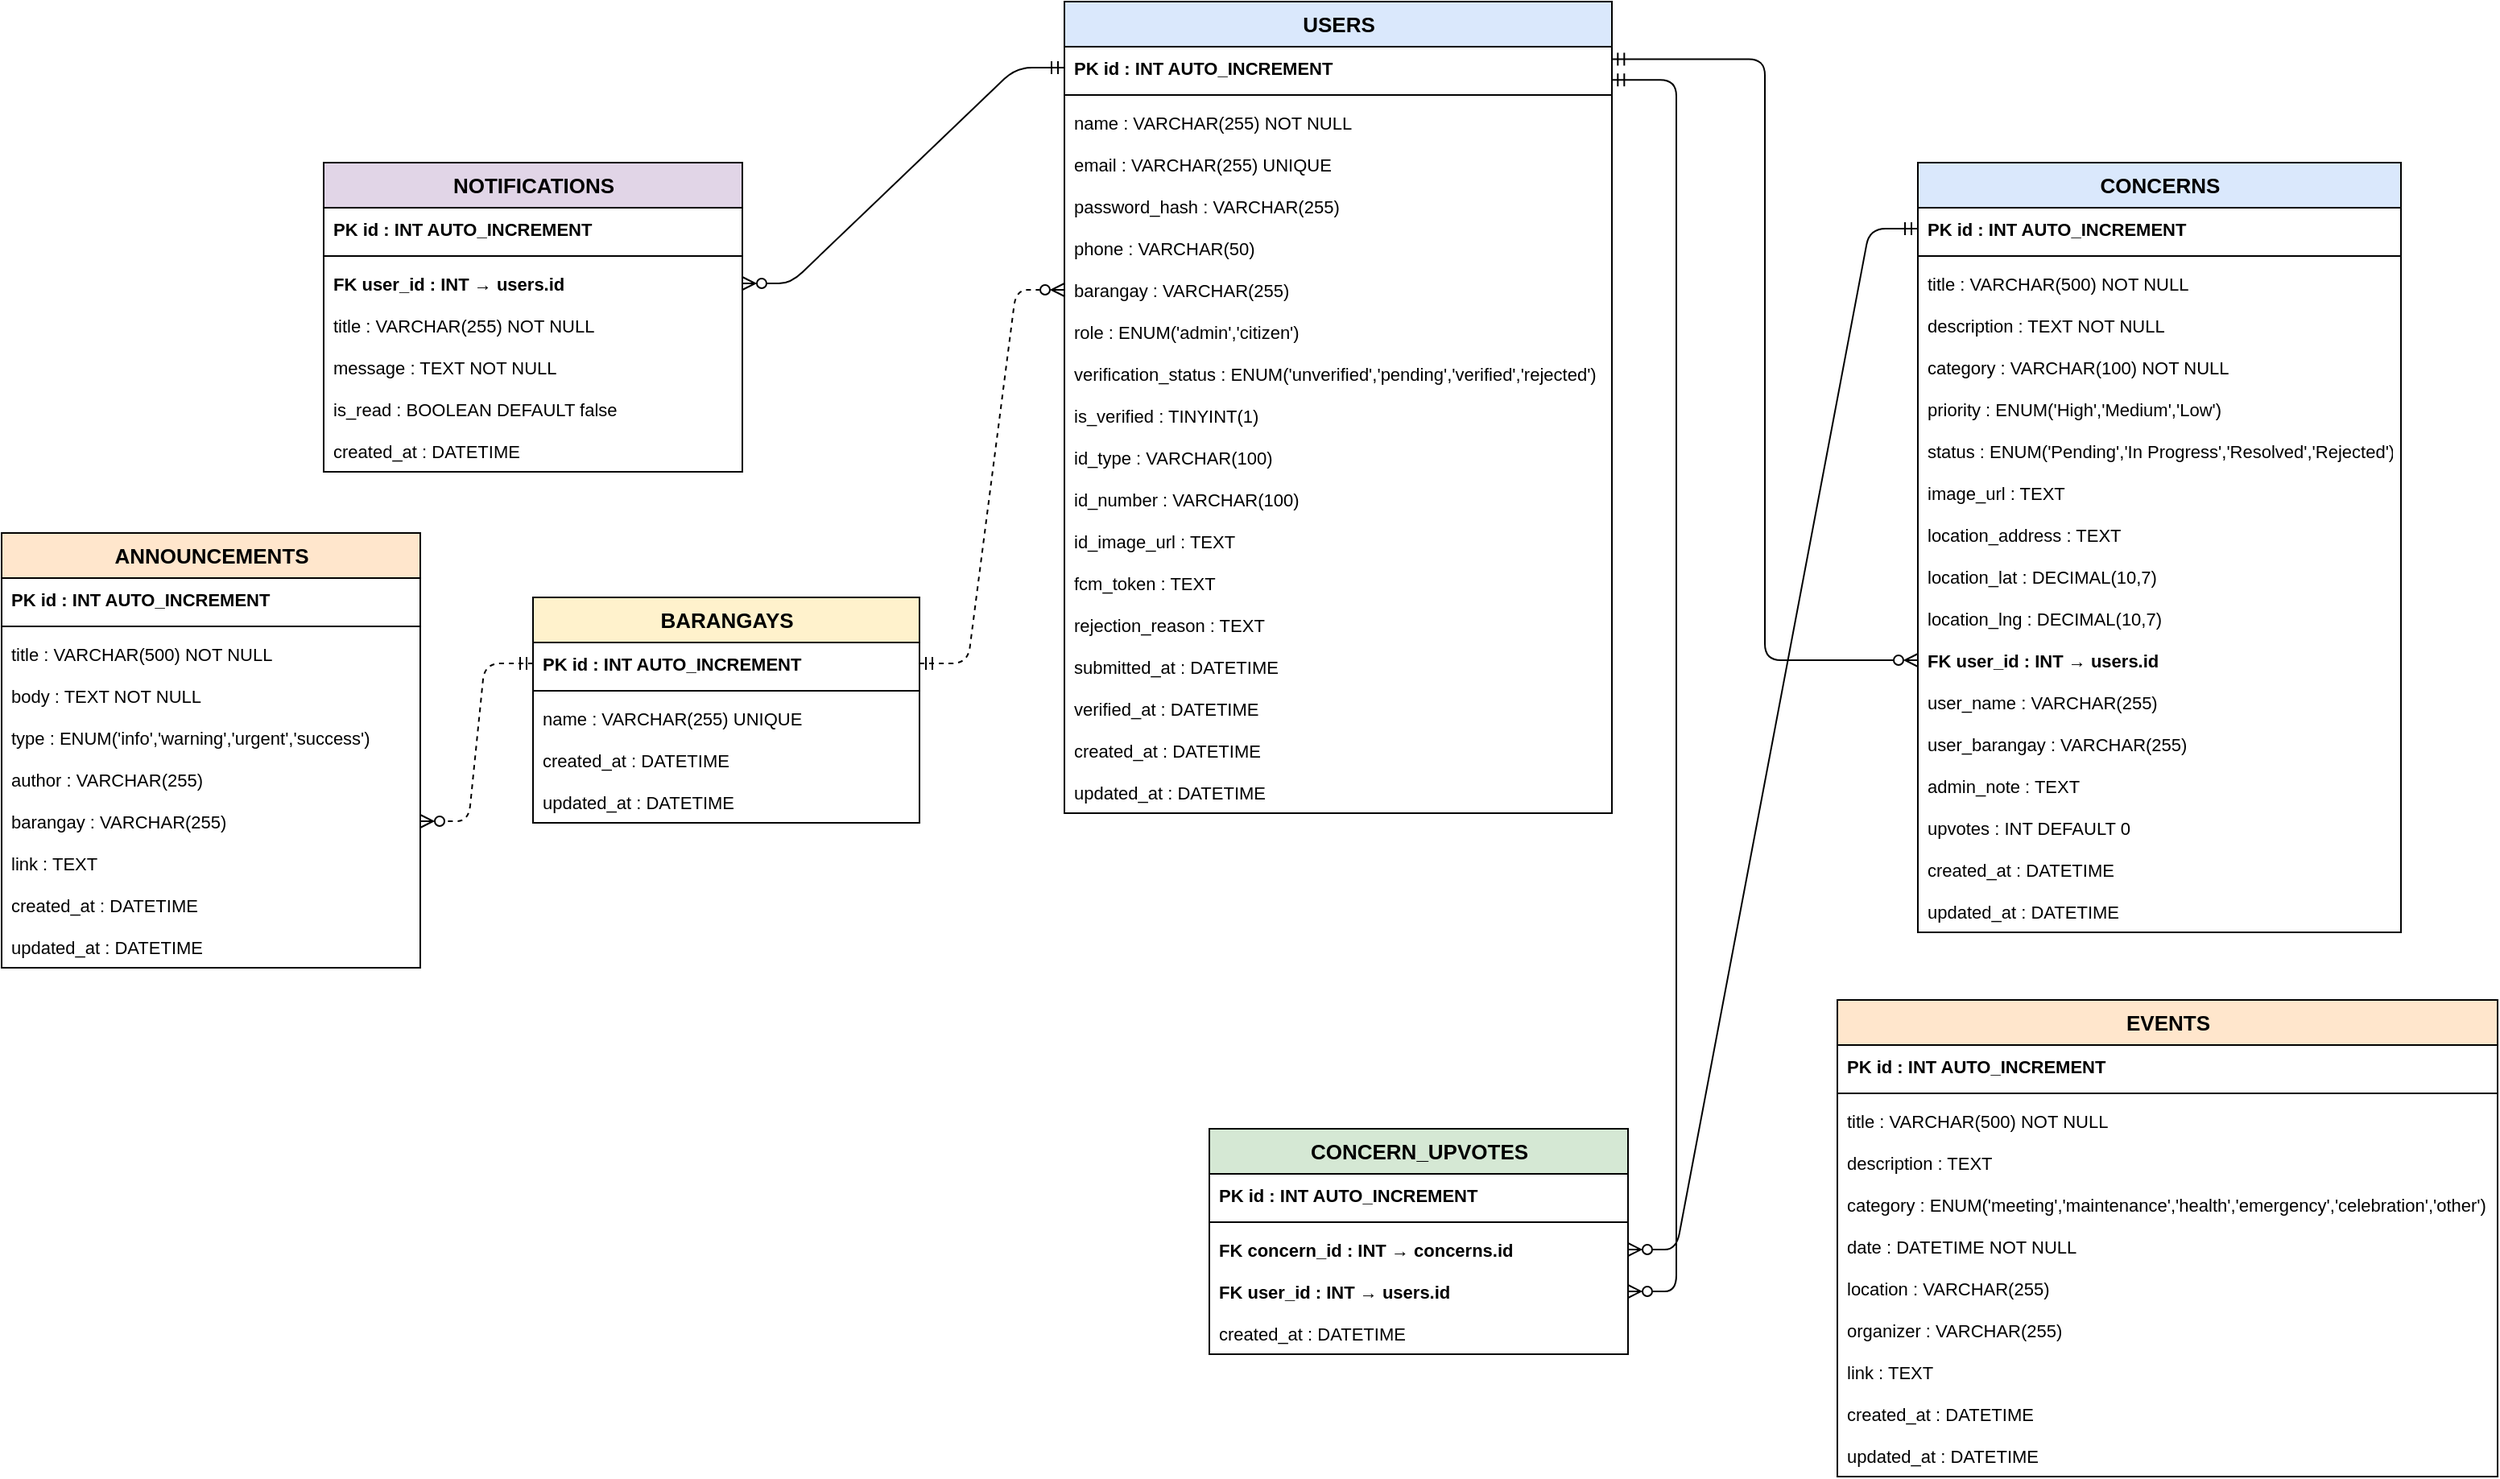
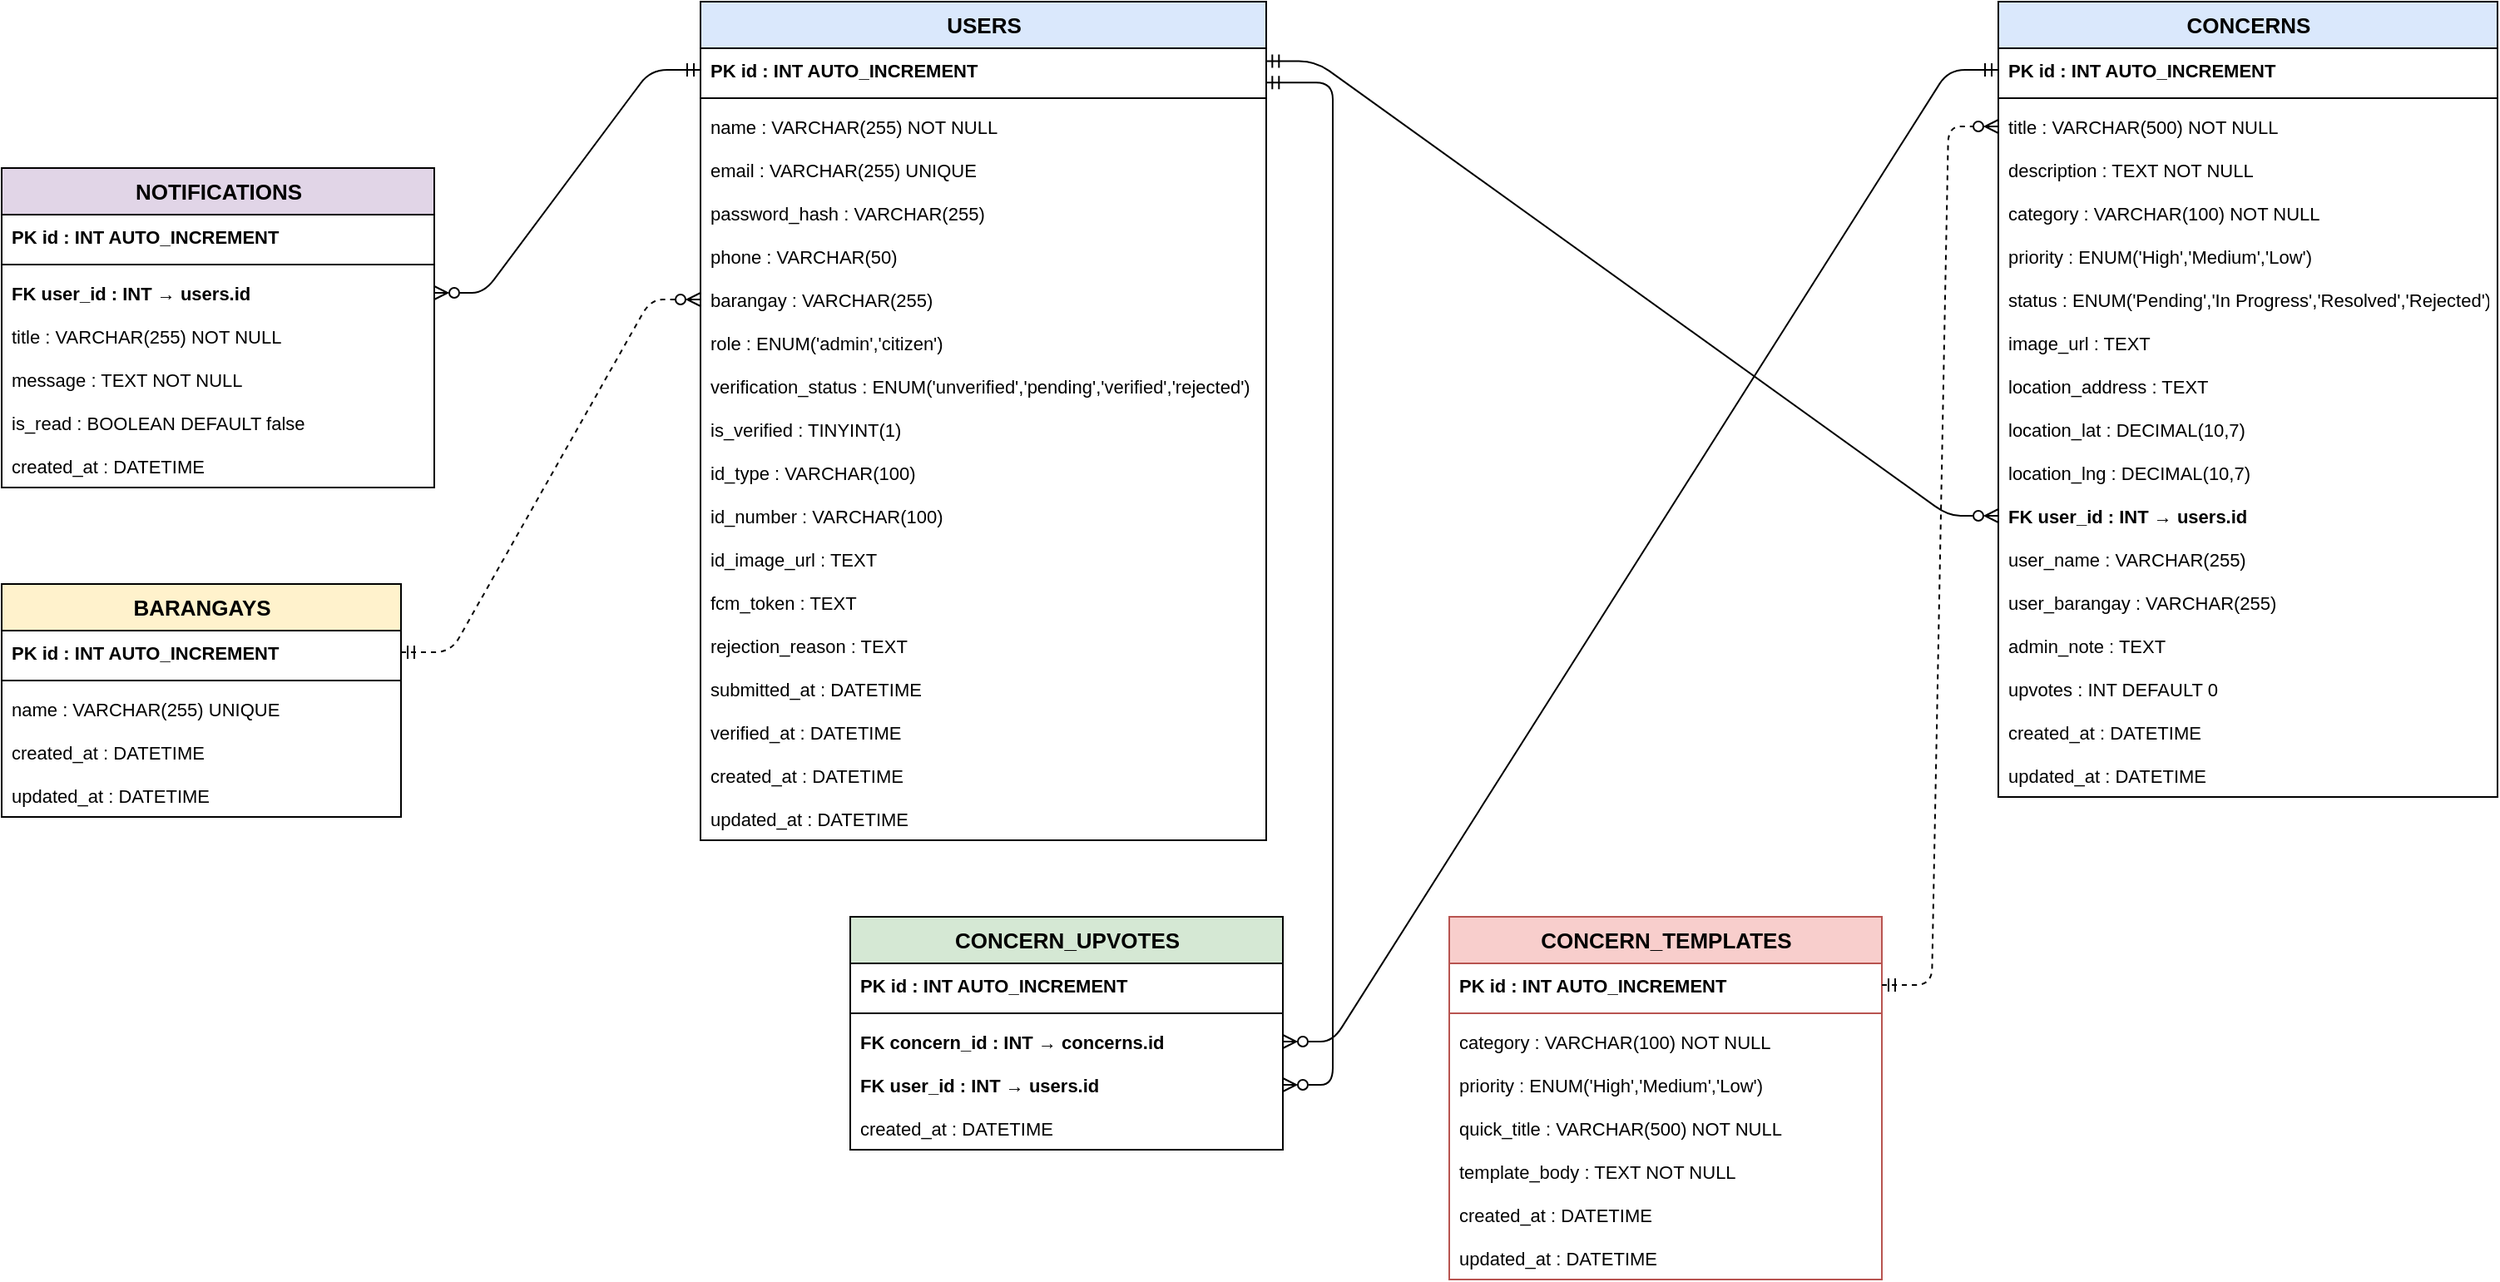
<mxfile host="app.diagrams.net">
  <diagram id="erd" name="CitiVoice ERD">
-     <mxGraphModel dx="2385" dy="1420" grid="1" gridSize="10" guides="1" tooltips="1" connect="1" arrows="1" fold="1" page="0" pageScale="1" pageWidth="850" pageHeight="1100" math="0" shadow="0">
+     <mxGraphModel dx="2385" dy="1412" grid="1" gridSize="10" guides="1" tooltips="1" connect="1" arrows="1" fold="1" page="0" pageScale="1" pageWidth="850" pageHeight="1100" math="0" shadow="0">
      <root>
        <mxCell id="0" />
        <mxCell id="1" parent="0" />
        <mxCell id="users" parent="1" style="swimlane;fontStyle=1;align=center;startSize=28;html=1;fillColor=#dae8fc;strokeColor=#000000;fontSize=13;" value="USERS" vertex="1">
-           <mxGeometry height="504" width="340" x="170" y="-60" as="geometry" />
+           <mxGeometry height="504" width="340" y="-150" as="geometry" />
        </mxCell>
        <mxCell id="users_attr_1" parent="users" style="text;strokeColor=none;fillColor=none;align=left;verticalAlign=middle;spacingLeft=4;spacingRight=4;overflow=hidden;rotatable=0;points=[[0,0.5],[1,0.5]];portConstraint=eastwest;fontStyle=1;fontSize=11;" value="PK id : INT AUTO_INCREMENT" vertex="1">
          <mxGeometry height="26" width="340" y="28" as="geometry" />
        </mxCell>
        <mxCell id="users_sep" parent="users" style="line;strokeWidth=1;fillColor=none;align=left;verticalAlign=middle;spacingTop=-1;spacingLeft=3;spacingRight=10;rotatable=0;labelPosition=left;points=[];portConstraint=eastwest;strokeColor=inherit;" value="" vertex="1">
          <mxGeometry height="8" width="340" y="54" as="geometry" />
        </mxCell>
        <mxCell id="users_attr_name" parent="users" style="text;strokeColor=none;fillColor=none;align=left;verticalAlign=middle;spacingLeft=4;spacingRight=4;overflow=hidden;rotatable=0;points=[[0,0.5],[1,0.5]];portConstraint=eastwest;fontSize=11;" value="     name : VARCHAR(255) NOT NULL" vertex="1">
          <mxGeometry height="26" width="260" y="62" as="geometry" />
        </mxCell>
        <mxCell id="users_attr_email" parent="users" style="text;strokeColor=none;fillColor=none;align=left;verticalAlign=middle;spacingLeft=4;spacingRight=4;overflow=hidden;rotatable=0;points=[[0,0.5],[1,0.5]];portConstraint=eastwest;fontSize=11;" value="     email : VARCHAR(255) UNIQUE" vertex="1">
          <mxGeometry height="26" width="260" y="88" as="geometry" />
        </mxCell>
        <mxCell id="users_attr_password_hash" parent="users" style="text;strokeColor=none;fillColor=none;align=left;verticalAlign=middle;spacingLeft=4;spacingRight=4;overflow=hidden;rotatable=0;points=[[0,0.5],[1,0.5]];portConstraint=eastwest;fontSize=11;" value="     password_hash : VARCHAR(255)" vertex="1">
          <mxGeometry height="26" width="260" y="114" as="geometry" />
        </mxCell>
        <mxCell id="users_attr_phone" parent="users" style="text;strokeColor=none;fillColor=none;align=left;verticalAlign=middle;spacingLeft=4;spacingRight=4;overflow=hidden;rotatable=0;points=[[0,0.5],[1,0.5]];portConstraint=eastwest;fontSize=11;" value="     phone : VARCHAR(50)" vertex="1">
          <mxGeometry height="26" width="260" y="140" as="geometry" />
        </mxCell>
        <mxCell id="users_attr_barangay" parent="users" style="text;strokeColor=none;fillColor=none;align=left;verticalAlign=middle;spacingLeft=4;spacingRight=4;overflow=hidden;rotatable=0;points=[[0,0.5],[1,0.5]];portConstraint=eastwest;fontSize=11;" value="     barangay : VARCHAR(255)" vertex="1">
          <mxGeometry height="26" width="260" y="166" as="geometry" />
        </mxCell>
        <mxCell id="users_attr_role" parent="users" style="text;strokeColor=none;fillColor=none;align=left;verticalAlign=middle;spacingLeft=4;spacingRight=4;overflow=hidden;rotatable=0;points=[[0,0.5],[1,0.5]];portConstraint=eastwest;fontSize=11;" value="     role : ENUM(&#39;admin&#39;,&#39;citizen&#39;)" vertex="1">
          <mxGeometry height="26" width="260" y="192" as="geometry" />
        </mxCell>
        <mxCell id="users_attr_verification_status" parent="users" style="text;strokeColor=none;fillColor=none;align=left;verticalAlign=middle;spacingLeft=4;spacingRight=4;overflow=hidden;rotatable=0;points=[[0,0.5],[1,0.5]];portConstraint=eastwest;fontSize=11;" value="     verification_status : ENUM(&#39;unverified&#39;,&#39;pending&#39;,&#39;verified&#39;,&#39;rejected&#39;)" vertex="1">
          <mxGeometry height="26" width="340" y="218" as="geometry" />
        </mxCell>
        <mxCell id="users_attr_is_verified" parent="users" style="text;strokeColor=none;fillColor=none;align=left;verticalAlign=middle;spacingLeft=4;spacingRight=4;overflow=hidden;rotatable=0;points=[[0,0.5],[1,0.5]];portConstraint=eastwest;fontSize=11;" value="     is_verified : TINYINT(1)" vertex="1">
          <mxGeometry height="26" width="260" y="244" as="geometry" />
        </mxCell>
        <mxCell id="users_attr_id_type" parent="users" style="text;strokeColor=none;fillColor=none;align=left;verticalAlign=middle;spacingLeft=4;spacingRight=4;overflow=hidden;rotatable=0;points=[[0,0.5],[1,0.5]];portConstraint=eastwest;fontSize=11;" value="     id_type : VARCHAR(100)" vertex="1">
          <mxGeometry height="26" width="260" y="270" as="geometry" />
        </mxCell>
        <mxCell id="users_attr_id_number" parent="users" style="text;strokeColor=none;fillColor=none;align=left;verticalAlign=middle;spacingLeft=4;spacingRight=4;overflow=hidden;rotatable=0;points=[[0,0.5],[1,0.5]];portConstraint=eastwest;fontSize=11;" value="     id_number : VARCHAR(100)" vertex="1">
          <mxGeometry height="26" width="260" y="296" as="geometry" />
        </mxCell>
        <mxCell id="users_attr_id_image_url" parent="users" style="text;strokeColor=none;fillColor=none;align=left;verticalAlign=middle;spacingLeft=4;spacingRight=4;overflow=hidden;rotatable=0;points=[[0,0.5],[1,0.5]];portConstraint=eastwest;fontSize=11;" value="     id_image_url : TEXT" vertex="1">
          <mxGeometry height="26" width="260" y="322" as="geometry" />
        </mxCell>
        <mxCell id="users_attr_fcm_token" parent="users" style="text;strokeColor=none;fillColor=none;align=left;verticalAlign=middle;spacingLeft=4;spacingRight=4;overflow=hidden;rotatable=0;points=[[0,0.5],[1,0.5]];portConstraint=eastwest;fontSize=11;" value="     fcm_token : TEXT" vertex="1">
          <mxGeometry height="26" width="260" y="348" as="geometry" />
        </mxCell>
        <mxCell id="users_attr_rejection_reason" parent="users" style="text;strokeColor=none;fillColor=none;align=left;verticalAlign=middle;spacingLeft=4;spacingRight=4;overflow=hidden;rotatable=0;points=[[0,0.5],[1,0.5]];portConstraint=eastwest;fontSize=11;" value="     rejection_reason : TEXT" vertex="1">
          <mxGeometry height="26" width="260" y="374" as="geometry" />
        </mxCell>
        <mxCell id="users_attr_submitted_at" parent="users" style="text;strokeColor=none;fillColor=none;align=left;verticalAlign=middle;spacingLeft=4;spacingRight=4;overflow=hidden;rotatable=0;points=[[0,0.5],[1,0.5]];portConstraint=eastwest;fontSize=11;" value="     submitted_at : DATETIME" vertex="1">
          <mxGeometry height="26" width="260" y="400" as="geometry" />
        </mxCell>
        <mxCell id="users_attr_verified_at" parent="users" style="text;strokeColor=none;fillColor=none;align=left;verticalAlign=middle;spacingLeft=4;spacingRight=4;overflow=hidden;rotatable=0;points=[[0,0.5],[1,0.5]];portConstraint=eastwest;fontSize=11;" value="     verified_at : DATETIME" vertex="1">
          <mxGeometry height="26" width="260" y="426" as="geometry" />
        </mxCell>
        <mxCell id="users_attr_created_at" parent="users" style="text;strokeColor=none;fillColor=none;align=left;verticalAlign=middle;spacingLeft=4;spacingRight=4;overflow=hidden;rotatable=0;points=[[0,0.5],[1,0.5]];portConstraint=eastwest;fontSize=11;" value="     created_at : DATETIME" vertex="1">
          <mxGeometry height="26" width="260" y="452" as="geometry" />
        </mxCell>
        <mxCell id="users_attr_updated_at" parent="users" style="text;strokeColor=none;fillColor=none;align=left;verticalAlign=middle;spacingLeft=4;spacingRight=4;overflow=hidden;rotatable=0;points=[[0,0.5],[1,0.5]];portConstraint=eastwest;fontSize=11;" value="     updated_at : DATETIME" vertex="1">
          <mxGeometry height="26" width="260" y="478" as="geometry" />
        </mxCell>
        <mxCell id="concerns" parent="1" style="swimlane;fontStyle=1;align=center;startSize=28;html=1;fillColor=#dae8fc;strokeColor=#000000;fontSize=13;" value="CONCERNS" vertex="1">
-           <mxGeometry height="478" width="300" x="700" y="40" as="geometry" />
+           <mxGeometry height="478" width="300" x="780" y="-150" as="geometry" />
        </mxCell>
        <mxCell id="concerns_attr_1" parent="concerns" style="text;strokeColor=none;fillColor=none;align=left;verticalAlign=middle;spacingLeft=4;spacingRight=4;overflow=hidden;rotatable=0;points=[[0,0.5],[1,0.5]];portConstraint=eastwest;fontStyle=1;fontSize=11;" value="PK id : INT AUTO_INCREMENT" vertex="1">
          <mxGeometry height="26" width="290" y="28" as="geometry" />
        </mxCell>
        <mxCell id="concerns_sep" parent="concerns" style="line;strokeWidth=1;fillColor=none;align=left;verticalAlign=middle;spacingTop=-1;spacingLeft=3;spacingRight=10;rotatable=0;labelPosition=left;points=[];portConstraint=eastwest;strokeColor=inherit;" value="" vertex="1">
          <mxGeometry height="8" width="300" y="54" as="geometry" />
        </mxCell>
        <mxCell id="concerns_attr_title" parent="concerns" style="text;strokeColor=none;fillColor=none;align=left;verticalAlign=middle;spacingLeft=4;spacingRight=4;overflow=hidden;rotatable=0;points=[[0,0.5],[1,0.5]];portConstraint=eastwest;fontSize=11;" value="     title : VARCHAR(500) NOT NULL" vertex="1">
          <mxGeometry height="26" width="270" y="62" as="geometry" />
        </mxCell>
        <mxCell id="concerns_attr_description" parent="concerns" style="text;strokeColor=none;fillColor=none;align=left;verticalAlign=middle;spacingLeft=4;spacingRight=4;overflow=hidden;rotatable=0;points=[[0,0.5],[1,0.5]];portConstraint=eastwest;fontSize=11;" value="     description : TEXT NOT NULL" vertex="1">
          <mxGeometry height="26" width="270" y="88" as="geometry" />
        </mxCell>
        <mxCell id="concerns_attr_category" parent="concerns" style="text;strokeColor=none;fillColor=none;align=left;verticalAlign=middle;spacingLeft=4;spacingRight=4;overflow=hidden;rotatable=0;points=[[0,0.5],[1,0.5]];portConstraint=eastwest;fontSize=11;" value="     category : VARCHAR(100) NOT NULL" vertex="1">
          <mxGeometry height="26" width="270" y="114" as="geometry" />
        </mxCell>
        <mxCell id="concerns_attr_priority" parent="concerns" style="text;strokeColor=none;fillColor=none;align=left;verticalAlign=middle;spacingLeft=4;spacingRight=4;overflow=hidden;rotatable=0;points=[[0,0.5],[1,0.5]];portConstraint=eastwest;fontSize=11;" value="     priority : ENUM(&#39;High&#39;,&#39;Medium&#39;,&#39;Low&#39;)" vertex="1">
          <mxGeometry height="26" width="270" y="140" as="geometry" />
        </mxCell>
        <mxCell id="concerns_attr_status" parent="concerns" style="text;strokeColor=none;fillColor=none;align=left;verticalAlign=middle;spacingLeft=4;spacingRight=4;overflow=hidden;rotatable=0;points=[[0,0.5],[1,0.5]];portConstraint=eastwest;fontSize=11;" value="     status : ENUM(&#39;Pending&#39;,&#39;In Progress&#39;,&#39;Resolved&#39;,&#39;Rejected&#39;)" vertex="1">
          <mxGeometry height="26" width="300" y="166" as="geometry" />
        </mxCell>
        <mxCell id="concerns_attr_image_url" parent="concerns" style="text;strokeColor=none;fillColor=none;align=left;verticalAlign=middle;spacingLeft=4;spacingRight=4;overflow=hidden;rotatable=0;points=[[0,0.5],[1,0.5]];portConstraint=eastwest;fontSize=11;" value="     image_url : TEXT" vertex="1">
          <mxGeometry height="26" width="270" y="192" as="geometry" />
        </mxCell>
        <mxCell id="concerns_attr_location_address" parent="concerns" style="text;strokeColor=none;fillColor=none;align=left;verticalAlign=middle;spacingLeft=4;spacingRight=4;overflow=hidden;rotatable=0;points=[[0,0.5],[1,0.5]];portConstraint=eastwest;fontSize=11;" value="     location_address : TEXT" vertex="1">
          <mxGeometry height="26" width="270" y="218" as="geometry" />
        </mxCell>
        <mxCell id="concerns_attr_location_lat" parent="concerns" style="text;strokeColor=none;fillColor=none;align=left;verticalAlign=middle;spacingLeft=4;spacingRight=4;overflow=hidden;rotatable=0;points=[[0,0.5],[1,0.5]];portConstraint=eastwest;fontSize=11;" value="     location_lat : DECIMAL(10,7)" vertex="1">
          <mxGeometry height="26" width="270" y="244" as="geometry" />
        </mxCell>
        <mxCell id="concerns_attr_location_lng" parent="concerns" style="text;strokeColor=none;fillColor=none;align=left;verticalAlign=middle;spacingLeft=4;spacingRight=4;overflow=hidden;rotatable=0;points=[[0,0.5],[1,0.5]];portConstraint=eastwest;fontSize=11;" value="     location_lng : DECIMAL(10,7)" vertex="1">
          <mxGeometry height="26" width="270" y="270" as="geometry" />
        </mxCell>
        <mxCell id="concerns_fk_user_id" parent="concerns" style="text;strokeColor=none;fillColor=none;align=left;verticalAlign=middle;spacingLeft=4;spacingRight=4;overflow=hidden;rotatable=0;points=[[0,0.5],[1,0.5]];portConstraint=eastwest;fontStyle=1;fontSize=11;" value="FK user_id : INT → users.id" vertex="1">
          <mxGeometry height="26" width="270" y="296" as="geometry" />
        </mxCell>
        <mxCell id="concerns_attr_user_name" parent="concerns" style="text;strokeColor=none;fillColor=none;align=left;verticalAlign=middle;spacingLeft=4;spacingRight=4;overflow=hidden;rotatable=0;points=[[0,0.5],[1,0.5]];portConstraint=eastwest;fontSize=11;" value="     user_name : VARCHAR(255)" vertex="1">
          <mxGeometry height="26" width="270" y="322" as="geometry" />
        </mxCell>
        <mxCell id="concerns_attr_user_barangay" parent="concerns" style="text;strokeColor=none;fillColor=none;align=left;verticalAlign=middle;spacingLeft=4;spacingRight=4;overflow=hidden;rotatable=0;points=[[0,0.5],[1,0.5]];portConstraint=eastwest;fontSize=11;" value="     user_barangay : VARCHAR(255)" vertex="1">
          <mxGeometry height="26" width="270" y="348" as="geometry" />
        </mxCell>
        <mxCell id="concerns_attr_admin_note" parent="concerns" style="text;strokeColor=none;fillColor=none;align=left;verticalAlign=middle;spacingLeft=4;spacingRight=4;overflow=hidden;rotatable=0;points=[[0,0.5],[1,0.5]];portConstraint=eastwest;fontSize=11;" value="     admin_note : TEXT" vertex="1">
          <mxGeometry height="26" width="270" y="374" as="geometry" />
        </mxCell>
        <mxCell id="concerns_attr_upvotes" parent="concerns" style="text;strokeColor=none;fillColor=none;align=left;verticalAlign=middle;spacingLeft=4;spacingRight=4;overflow=hidden;rotatable=0;points=[[0,0.5],[1,0.5]];portConstraint=eastwest;fontSize=11;" value="     upvotes : INT DEFAULT 0" vertex="1">
          <mxGeometry height="26" width="270" y="400" as="geometry" />
        </mxCell>
        <mxCell id="concerns_attr_created_at" parent="concerns" style="text;strokeColor=none;fillColor=none;align=left;verticalAlign=middle;spacingLeft=4;spacingRight=4;overflow=hidden;rotatable=0;points=[[0,0.5],[1,0.5]];portConstraint=eastwest;fontSize=11;" value="     created_at : DATETIME" vertex="1">
          <mxGeometry height="26" width="270" y="426" as="geometry" />
        </mxCell>
        <mxCell id="concerns_attr_updated_at" parent="concerns" style="text;strokeColor=none;fillColor=none;align=left;verticalAlign=middle;spacingLeft=4;spacingRight=4;overflow=hidden;rotatable=0;points=[[0,0.5],[1,0.5]];portConstraint=eastwest;fontSize=11;" value="     updated_at : DATETIME" vertex="1">
          <mxGeometry height="26" width="270" y="452" as="geometry" />
        </mxCell>
        <mxCell id="upvotes" parent="1" style="swimlane;fontStyle=1;align=center;startSize=28;html=1;fillColor=#d5e8d4;strokeColor=#000000;fontSize=13;" value="CONCERN_UPVOTES" vertex="1">
-           <mxGeometry height="140" width="260" x="260" y="640" as="geometry" />
+           <mxGeometry height="140" width="260" x="90" y="400" as="geometry" />
        </mxCell>
        <mxCell id="upvotes_attr_1" parent="upvotes" style="text;strokeColor=none;fillColor=none;align=left;verticalAlign=middle;spacingLeft=4;spacingRight=4;overflow=hidden;rotatable=0;points=[[0,0.5],[1,0.5]];portConstraint=eastwest;fontStyle=1;fontSize=11;" value="PK id : INT AUTO_INCREMENT" vertex="1">
          <mxGeometry height="26" width="260" y="28" as="geometry" />
        </mxCell>
        <mxCell id="upvotes_sep" parent="upvotes" style="line;strokeWidth=1;fillColor=none;align=left;verticalAlign=middle;spacingTop=-1;spacingLeft=3;spacingRight=10;rotatable=0;labelPosition=left;points=[];portConstraint=eastwest;strokeColor=inherit;" value="" vertex="1">
          <mxGeometry height="8" width="260" y="54" as="geometry" />
        </mxCell>
        <mxCell id="upvotes_fk_concern_id" parent="upvotes" style="text;strokeColor=none;fillColor=none;align=left;verticalAlign=middle;spacingLeft=4;spacingRight=4;overflow=hidden;rotatable=0;points=[[0,0.5],[1,0.5]];portConstraint=eastwest;fontStyle=1;fontSize=11;" value="FK concern_id : INT → concerns.id" vertex="1">
          <mxGeometry height="26" width="260" y="62" as="geometry" />
        </mxCell>
        <mxCell id="upvotes_fk_user_id" parent="upvotes" style="text;strokeColor=none;fillColor=none;align=left;verticalAlign=middle;spacingLeft=4;spacingRight=4;overflow=hidden;rotatable=0;points=[[0,0.5],[1,0.5]];portConstraint=eastwest;fontStyle=1;fontSize=11;" value="FK user_id : INT → users.id" vertex="1">
          <mxGeometry height="26" width="260" y="88" as="geometry" />
        </mxCell>
        <mxCell id="upvotes_attr_created_at" parent="upvotes" style="text;strokeColor=none;fillColor=none;align=left;verticalAlign=middle;spacingLeft=4;spacingRight=4;overflow=hidden;rotatable=0;points=[[0,0.5],[1,0.5]];portConstraint=eastwest;fontSize=11;" value="     created_at : DATETIME" vertex="1">
          <mxGeometry height="26" width="260" y="114" as="geometry" />
        </mxCell>
        <mxCell id="barangays" parent="1" style="swimlane;fontStyle=1;align=center;startSize=28;html=1;fillColor=#fff2cc;strokeColor=#000000;fontSize=13;" value="BARANGAYS" vertex="1">
-           <mxGeometry height="140" width="240" x="-160" y="310" as="geometry" />
+           <mxGeometry height="140" width="240" x="-420" y="200" as="geometry" />
        </mxCell>
        <mxCell id="barangays_attr_1" parent="barangays" style="text;strokeColor=none;fillColor=none;align=left;verticalAlign=middle;spacingLeft=4;spacingRight=4;overflow=hidden;rotatable=0;points=[[0,0.5],[1,0.5]];portConstraint=eastwest;fontStyle=1;fontSize=11;" value="PK id : INT AUTO_INCREMENT" vertex="1">
          <mxGeometry height="26" width="240" y="28" as="geometry" />
        </mxCell>
        <mxCell id="barangays_sep" parent="barangays" style="line;strokeWidth=1;fillColor=none;align=left;verticalAlign=middle;spacingTop=-1;spacingLeft=3;spacingRight=10;rotatable=0;labelPosition=left;points=[];portConstraint=eastwest;strokeColor=inherit;" value="" vertex="1">
          <mxGeometry height="8" width="240" y="54" as="geometry" />
        </mxCell>
        <mxCell id="barangays_attr_name" parent="barangays" style="text;strokeColor=none;fillColor=none;align=left;verticalAlign=middle;spacingLeft=4;spacingRight=4;overflow=hidden;rotatable=0;points=[[0,0.5],[1,0.5]];portConstraint=eastwest;fontSize=11;" value="     name : VARCHAR(255) UNIQUE" vertex="1">
          <mxGeometry height="26" width="240" y="62" as="geometry" />
        </mxCell>
        <mxCell id="barangays_attr_created_at" parent="barangays" style="text;strokeColor=none;fillColor=none;align=left;verticalAlign=middle;spacingLeft=4;spacingRight=4;overflow=hidden;rotatable=0;points=[[0,0.5],[1,0.5]];portConstraint=eastwest;fontSize=11;" value="     created_at : DATETIME" vertex="1">
          <mxGeometry height="26" width="240" y="88" as="geometry" />
        </mxCell>
        <mxCell id="barangays_attr_updated_at" parent="barangays" style="text;strokeColor=none;fillColor=none;align=left;verticalAlign=middle;spacingLeft=4;spacingRight=4;overflow=hidden;rotatable=0;points=[[0,0.5],[1,0.5]];portConstraint=eastwest;fontSize=11;" value="     updated_at : DATETIME" vertex="1">
          <mxGeometry height="26" width="240" y="114" as="geometry" />
        </mxCell>
-         <mxCell id="announcements" parent="1" style="swimlane;fontStyle=1;align=center;startSize=28;html=1;fillColor=#ffe6cc;strokeColor=#000000;fontSize=13;" value="ANNOUNCEMENTS" vertex="1">
-           <mxGeometry height="270" width="260" x="-490" y="270" as="geometry" />
-         </mxCell>
-         <mxCell id="announcements_attr_1" parent="announcements" style="text;strokeColor=none;fillColor=none;align=left;verticalAlign=middle;spacingLeft=4;spacingRight=4;overflow=hidden;rotatable=0;points=[[0,0.5],[1,0.5]];portConstraint=eastwest;fontStyle=1;fontSize=11;" value="PK id : INT AUTO_INCREMENT" vertex="1">
+         <mxCell id="concern_templates" parent="1" style="swimlane;fontStyle=1;align=center;startSize=28;html=1;fillColor=#f8cecc;strokeColor=#b85450;fontSize=13;" value="CONCERN_TEMPLATES" vertex="1">
+           <mxGeometry height="218" width="260" x="450" y="400" as="geometry" />
+         </mxCell>
+         <mxCell id="templates_attr_1" parent="concern_templates" style="text;strokeColor=none;fillColor=none;align=left;verticalAlign=middle;spacingLeft=4;spacingRight=4;overflow=hidden;rotatable=0;points=[[0,0.5],[1,0.5]];portConstraint=eastwest;fontStyle=1;fontSize=11;" value="PK id : INT AUTO_INCREMENT" vertex="1">
          <mxGeometry height="26" width="260" y="28" as="geometry" />
        </mxCell>
-         <mxCell id="announcements_sep" parent="announcements" style="line;strokeWidth=1;fillColor=none;align=left;verticalAlign=middle;spacingTop=-1;spacingLeft=3;spacingRight=10;rotatable=0;labelPosition=left;points=[];portConstraint=eastwest;strokeColor=inherit;" value="" vertex="1">
+         <mxCell id="templates_sep" parent="concern_templates" style="line;strokeWidth=1;fillColor=none;align=left;verticalAlign=middle;spacingTop=-1;spacingLeft=3;spacingRight=10;rotatable=0;labelPosition=left;points=[];portConstraint=eastwest;strokeColor=inherit;" value="" vertex="1">
          <mxGeometry height="8" width="260" y="54" as="geometry" />
        </mxCell>
-         <mxCell id="announcements_attr_title" parent="announcements" style="text;strokeColor=none;fillColor=none;align=left;verticalAlign=middle;spacingLeft=4;spacingRight=4;overflow=hidden;rotatable=0;points=[[0,0.5],[1,0.5]];portConstraint=eastwest;fontSize=11;" value="     title : VARCHAR(500) NOT NULL" vertex="1">
-           <mxGeometry height="26" width="260" y="62" as="geometry" />
-         </mxCell>
-         <mxCell id="announcements_attr_body" parent="announcements" style="text;strokeColor=none;fillColor=none;align=left;verticalAlign=middle;spacingLeft=4;spacingRight=4;overflow=hidden;rotatable=0;points=[[0,0.5],[1,0.5]];portConstraint=eastwest;fontSize=11;" value="     body : TEXT NOT NULL" vertex="1">
-           <mxGeometry height="26" width="260" y="88" as="geometry" />
-         </mxCell>
-         <mxCell id="announcements_attr_type" parent="announcements" style="text;strokeColor=none;fillColor=none;align=left;verticalAlign=middle;spacingLeft=4;spacingRight=4;overflow=hidden;rotatable=0;points=[[0,0.5],[1,0.5]];portConstraint=eastwest;fontSize=11;" value="     type : ENUM(&#39;info&#39;,&#39;warning&#39;,&#39;urgent&#39;,&#39;success&#39;)" vertex="1">
-           <mxGeometry height="26" width="260" y="114" as="geometry" />
-         </mxCell>
-         <mxCell id="announcements_attr_author" parent="announcements" style="text;strokeColor=none;fillColor=none;align=left;verticalAlign=middle;spacingLeft=4;spacingRight=4;overflow=hidden;rotatable=0;points=[[0,0.5],[1,0.5]];portConstraint=eastwest;fontSize=11;" value="     author : VARCHAR(255)" vertex="1">
+         <mxCell id="templates_attr_category" parent="concern_templates" style="text;strokeColor=none;fillColor=none;align=left;verticalAlign=middle;spacingLeft=4;spacingRight=4;overflow=hidden;rotatable=0;points=[[0,0.5],[1,0.5]];portConstraint=eastwest;fontSize=11;" value="     category : VARCHAR(100) NOT NULL" vertex="1">
+           <mxGeometry height="26" width="260" y="62" as="geometry" />
+         </mxCell>
+         <mxCell id="templates_attr_priority" parent="concern_templates" style="text;strokeColor=none;fillColor=none;align=left;verticalAlign=middle;spacingLeft=4;spacingRight=4;overflow=hidden;rotatable=0;points=[[0,0.5],[1,0.5]];portConstraint=eastwest;fontSize=11;" value="     priority : ENUM(&#39;High&#39;,&#39;Medium&#39;,&#39;Low&#39;)" vertex="1">
+           <mxGeometry height="26" width="260" y="88" as="geometry" />
+         </mxCell>
+         <mxCell id="templates_attr_quick_title" parent="concern_templates" style="text;strokeColor=none;fillColor=none;align=left;verticalAlign=middle;spacingLeft=4;spacingRight=4;overflow=hidden;rotatable=0;points=[[0,0.5],[1,0.5]];portConstraint=eastwest;fontSize=11;" value="     quick_title : VARCHAR(500) NOT NULL" vertex="1">
+           <mxGeometry height="26" width="260" y="114" as="geometry" />
+         </mxCell>
+         <mxCell id="templates_attr_template_body" parent="concern_templates" style="text;strokeColor=none;fillColor=none;align=left;verticalAlign=middle;spacingLeft=4;spacingRight=4;overflow=hidden;rotatable=0;points=[[0,0.5],[1,0.5]];portConstraint=eastwest;fontSize=11;" value="     template_body : TEXT NOT NULL" vertex="1">
          <mxGeometry height="26" width="260" y="140" as="geometry" />
        </mxCell>
-         <mxCell id="announcements_attr_barangay" parent="announcements" style="text;strokeColor=none;fillColor=none;align=left;verticalAlign=middle;spacingLeft=4;spacingRight=4;overflow=hidden;rotatable=0;points=[[0,0.5],[1,0.5]];portConstraint=eastwest;fontSize=11;" value="     barangay : VARCHAR(255)" vertex="1">
+         <mxCell id="templates_attr_created_at" parent="concern_templates" style="text;strokeColor=none;fillColor=none;align=left;verticalAlign=middle;spacingLeft=4;spacingRight=4;overflow=hidden;rotatable=0;points=[[0,0.5],[1,0.5]];portConstraint=eastwest;fontSize=11;" value="     created_at : DATETIME" vertex="1">
          <mxGeometry height="26" width="260" y="166" as="geometry" />
        </mxCell>
-         <mxCell id="announcements_attr_link" parent="announcements" style="text;strokeColor=none;fillColor=none;align=left;verticalAlign=middle;spacingLeft=4;spacingRight=4;overflow=hidden;rotatable=0;points=[[0,0.5],[1,0.5]];portConstraint=eastwest;fontSize=11;" value="     link : TEXT" vertex="1">
+         <mxCell id="templates_attr_updated_at" parent="concern_templates" style="text;strokeColor=none;fillColor=none;align=left;verticalAlign=middle;spacingLeft=4;spacingRight=4;overflow=hidden;rotatable=0;points=[[0,0.5],[1,0.5]];portConstraint=eastwest;fontSize=11;" value="     updated_at : DATETIME" vertex="1">
          <mxGeometry height="26" width="260" y="192" as="geometry" />
        </mxCell>
-         <mxCell id="announcements_attr_created_at" parent="announcements" style="text;strokeColor=none;fillColor=none;align=left;verticalAlign=middle;spacingLeft=4;spacingRight=4;overflow=hidden;rotatable=0;points=[[0,0.5],[1,0.5]];portConstraint=eastwest;fontSize=11;" value="     created_at : DATETIME" vertex="1">
-           <mxGeometry height="26" width="260" y="218" as="geometry" />
-         </mxCell>
-         <mxCell id="announcements_attr_updated_at" parent="announcements" style="text;strokeColor=none;fillColor=none;align=left;verticalAlign=middle;spacingLeft=4;spacingRight=4;overflow=hidden;rotatable=0;points=[[0,0.5],[1,0.5]];portConstraint=eastwest;fontSize=11;" value="     updated_at : DATETIME" vertex="1">
-           <mxGeometry height="26" width="260" y="244" as="geometry" />
-         </mxCell>
        <mxCell id="notifications" parent="1" style="swimlane;fontStyle=1;align=center;startSize=28;html=1;fillColor=#e1d5e7;strokeColor=#000000;fontSize=13;" value="NOTIFICATIONS" vertex="1">
-           <mxGeometry height="192" width="260" x="-290" y="40" as="geometry" />
+           <mxGeometry height="192" width="260" x="-420" y="-50" as="geometry" />
        </mxCell>
        <mxCell id="notifications_attr_1" parent="notifications" style="text;strokeColor=none;fillColor=none;align=left;verticalAlign=middle;spacingLeft=4;spacingRight=4;overflow=hidden;rotatable=0;points=[[0,0.5],[1,0.5]];portConstraint=eastwest;fontStyle=1;fontSize=11;" value="PK id : INT AUTO_INCREMENT" vertex="1">
          <mxGeometry height="26" width="260" y="28" as="geometry" />
        </mxCell>
        <mxCell id="notifications_sep" parent="notifications" style="line;strokeWidth=1;fillColor=none;align=left;verticalAlign=middle;spacingTop=-1;spacingLeft=3;spacingRight=10;rotatable=0;labelPosition=left;points=[];portConstraint=eastwest;strokeColor=inherit;" value="" vertex="1">
          <mxGeometry height="8" width="260" y="54" as="geometry" />
        </mxCell>
        <mxCell id="notifications_fk_user_id" parent="notifications" style="text;strokeColor=none;fillColor=none;align=left;verticalAlign=middle;spacingLeft=4;spacingRight=4;overflow=hidden;rotatable=0;points=[[0,0.5],[1,0.5]];portConstraint=eastwest;fontStyle=1;fontSize=11;" value="FK user_id : INT → users.id" vertex="1">
          <mxGeometry height="26" width="260" y="62" as="geometry" />
        </mxCell>
        <mxCell id="notifications_attr_title" parent="notifications" style="text;strokeColor=none;fillColor=none;align=left;verticalAlign=middle;spacingLeft=4;spacingRight=4;overflow=hidden;rotatable=0;points=[[0,0.5],[1,0.5]];portConstraint=eastwest;fontSize=11;" value="     title : VARCHAR(255) NOT NULL" vertex="1">
          <mxGeometry height="26" width="260" y="88" as="geometry" />
        </mxCell>
        <mxCell id="notifications_attr_message" parent="notifications" style="text;strokeColor=none;fillColor=none;align=left;verticalAlign=middle;spacingLeft=4;spacingRight=4;overflow=hidden;rotatable=0;points=[[0,0.5],[1,0.5]];portConstraint=eastwest;fontSize=11;" value="     message : TEXT NOT NULL" vertex="1">
          <mxGeometry height="26" width="260" y="114" as="geometry" />
        </mxCell>
        <mxCell id="notifications_attr_is_read" parent="notifications" style="text;strokeColor=none;fillColor=none;align=left;verticalAlign=middle;spacingLeft=4;spacingRight=4;overflow=hidden;rotatable=0;points=[[0,0.5],[1,0.5]];portConstraint=eastwest;fontSize=11;" value="     is_read : BOOLEAN DEFAULT false" vertex="1">
          <mxGeometry height="26" width="260" y="140" as="geometry" />
        </mxCell>
        <mxCell id="notifications_attr_created_at" parent="notifications" style="text;strokeColor=none;fillColor=none;align=left;verticalAlign=middle;spacingLeft=4;spacingRight=4;overflow=hidden;rotatable=0;points=[[0,0.5],[1,0.5]];portConstraint=eastwest;fontSize=11;" value="     created_at : DATETIME" vertex="1">
          <mxGeometry height="26" width="260" y="166" as="geometry" />
        </mxCell>
-         <mxCell id="events" parent="1" style="swimlane;fontStyle=1;align=center;startSize=28;html=1;fillColor=#ffe6cc;strokeColor=#000000;fontSize=13;" value="EVENTS" vertex="1">
-           <mxGeometry height="296" width="410" x="650" y="560" as="geometry" />
-         </mxCell>
-         <mxCell id="events_attr_1" parent="events" style="text;strokeColor=none;fillColor=none;align=left;verticalAlign=middle;spacingLeft=4;spacingRight=4;overflow=hidden;rotatable=0;points=[[0,0.5],[1,0.5]];portConstraint=eastwest;fontStyle=1;fontSize=11;" value="PK id : INT AUTO_INCREMENT" vertex="1">
-           <mxGeometry height="26" width="270" y="28" as="geometry" />
-         </mxCell>
-         <mxCell id="events_sep" parent="events" style="line;strokeWidth=1;fillColor=none;align=left;verticalAlign=middle;spacingTop=-1;spacingLeft=3;spacingRight=10;rotatable=0;labelPosition=left;points=[];portConstraint=eastwest;strokeColor=inherit;" value="" vertex="1">
-           <mxGeometry height="8" width="410" y="54" as="geometry" />
-         </mxCell>
-         <mxCell id="events_attr_title" parent="events" style="text;strokeColor=none;fillColor=none;align=left;verticalAlign=middle;spacingLeft=4;spacingRight=4;overflow=hidden;rotatable=0;points=[[0,0.5],[1,0.5]];portConstraint=eastwest;fontSize=11;" value="     title : VARCHAR(500) NOT NULL" vertex="1">
-           <mxGeometry height="26" width="270" y="62" as="geometry" />
-         </mxCell>
-         <mxCell id="events_attr_description" parent="events" style="text;strokeColor=none;fillColor=none;align=left;verticalAlign=middle;spacingLeft=4;spacingRight=4;overflow=hidden;rotatable=0;points=[[0,0.5],[1,0.5]];portConstraint=eastwest;fontSize=11;" value="     description : TEXT" vertex="1">
-           <mxGeometry height="26" width="270" y="88" as="geometry" />
-         </mxCell>
-         <mxCell id="events_attr_category" parent="events" style="text;strokeColor=none;fillColor=none;align=left;verticalAlign=middle;spacingLeft=4;spacingRight=4;overflow=hidden;rotatable=0;points=[[0,0.5],[1,0.5]];portConstraint=eastwest;fontSize=11;" value="     category : ENUM(&#39;meeting&#39;,&#39;maintenance&#39;,&#39;health&#39;,&#39;emergency&#39;,&#39;celebration&#39;,&#39;other&#39;)" vertex="1">
-           <mxGeometry height="26" width="410" y="114" as="geometry" />
-         </mxCell>
-         <mxCell id="events_attr_date" parent="events" style="text;strokeColor=none;fillColor=none;align=left;verticalAlign=middle;spacingLeft=4;spacingRight=4;overflow=hidden;rotatable=0;points=[[0,0.5],[1,0.5]];portConstraint=eastwest;fontSize=11;" value="     date : DATETIME NOT NULL" vertex="1">
-           <mxGeometry height="26" width="270" y="140" as="geometry" />
-         </mxCell>
-         <mxCell id="events_attr_location" parent="events" style="text;strokeColor=none;fillColor=none;align=left;verticalAlign=middle;spacingLeft=4;spacingRight=4;overflow=hidden;rotatable=0;points=[[0,0.5],[1,0.5]];portConstraint=eastwest;fontSize=11;" value="     location : VARCHAR(255)" vertex="1">
-           <mxGeometry height="26" width="270" y="166" as="geometry" />
-         </mxCell>
-         <mxCell id="events_attr_organizer" parent="events" style="text;strokeColor=none;fillColor=none;align=left;verticalAlign=middle;spacingLeft=4;spacingRight=4;overflow=hidden;rotatable=0;points=[[0,0.5],[1,0.5]];portConstraint=eastwest;fontSize=11;" value="     organizer : VARCHAR(255)" vertex="1">
-           <mxGeometry height="26" width="270" y="192" as="geometry" />
-         </mxCell>
-         <mxCell id="events_attr_link" parent="events" style="text;strokeColor=none;fillColor=none;align=left;verticalAlign=middle;spacingLeft=4;spacingRight=4;overflow=hidden;rotatable=0;points=[[0,0.5],[1,0.5]];portConstraint=eastwest;fontSize=11;" value="     link : TEXT" vertex="1">
-           <mxGeometry height="26" width="270" y="218" as="geometry" />
-         </mxCell>
-         <mxCell id="events_attr_created_at" parent="events" style="text;strokeColor=none;fillColor=none;align=left;verticalAlign=middle;spacingLeft=4;spacingRight=4;overflow=hidden;rotatable=0;points=[[0,0.5],[1,0.5]];portConstraint=eastwest;fontSize=11;" value="     created_at : DATETIME" vertex="1">
-           <mxGeometry height="26" width="270" y="244" as="geometry" />
-         </mxCell>
-         <mxCell id="events_attr_updated_at" parent="events" style="text;strokeColor=none;fillColor=none;align=left;verticalAlign=middle;spacingLeft=4;spacingRight=4;overflow=hidden;rotatable=0;points=[[0,0.5],[1,0.5]];portConstraint=eastwest;fontSize=11;" value="     updated_at : DATETIME" vertex="1">
-           <mxGeometry height="26" width="270" y="270" as="geometry" />
-         </mxCell>
-         <mxCell id="rel_1" edge="1" parent="1" source="users_attr_1" style="endArrow=ERzeroToMany;endFill=0;startArrow=ERmandOne;startFill=0;strokeWidth=1;strokeColor=#000000;entryX=0;entryY=0.5;entryDx=0;entryDy=0;edgeStyle=orthogonalEdgeStyle;exitX=0.999;exitY=0.298;exitDx=0;exitDy=0;exitPerimeter=0;" target="concerns_fk_user_id">
+         <mxCell id="rel_1" edge="1" parent="1" source="users_attr_1" style="endArrow=ERzeroToMany;endFill=0;startArrow=ERmandOne;startFill=0;strokeWidth=1;strokeColor=#000000;entryX=0;entryY=0.5;entryDx=0;entryDy=0;edgeStyle=entityRelationEdgeStyle;exitX=0.999;exitY=0.298;exitDx=0;exitDy=0;exitPerimeter=0;" target="concerns_fk_user_id">
          <mxGeometry relative="1" as="geometry">
            <mxPoint x="520" y="77" as="sourcePoint" />
          </mxGeometry>
        </mxCell>
        <mxCell id="rel_2" edge="1" parent="1" source="users_attr_1" style="endArrow=ERzeroToMany;endFill=0;startArrow=ERmandOne;startFill=0;strokeWidth=1;strokeColor=#000000;edgeStyle=entityRelationEdgeStyle;exitX=0.999;exitY=0.794;exitDx=0;exitDy=0;exitPerimeter=0;" target="upvotes_fk_user_id">
          <mxGeometry relative="1" as="geometry">
            <mxPoint x="520" y="80" as="sourcePoint" />
          </mxGeometry>
        </mxCell>
        <mxCell id="rel_3" edge="1" parent="1" source="concerns_attr_1" style="endArrow=ERzeroToMany;endFill=0;startArrow=ERmandOne;startFill=0;strokeWidth=1;strokeColor=#000000;entryX=1;entryY=0.5;entryDx=0;entryDy=0;exitX=0;exitY=0.5;exitDx=0;exitDy=0;edgeStyle=entityRelationEdgeStyle;" target="upvotes_fk_concern_id">
          <mxGeometry relative="1" as="geometry" />
        </mxCell>
        <mxCell id="rel_4" edge="1" parent="1" source="users_attr_1" style="endArrow=ERzeroToMany;endFill=0;startArrow=ERmandOne;startFill=0;strokeWidth=1;strokeColor=#000000;entryX=1;entryY=0.5;entryDx=0;entryDy=0;exitX=0;exitY=0.5;exitDx=0;exitDy=0;edgeStyle=entityRelationEdgeStyle;" target="notifications_fk_user_id">
          <mxGeometry relative="1" as="geometry" />
        </mxCell>
        <mxCell id="rel_5" edge="1" parent="1" source="barangays_attr_1" style="endArrow=ERzeroToMany;endFill=0;startArrow=ERmandOne;startFill=0;strokeWidth=1;strokeColor=#000000;dashed=1;exitX=1;exitY=0.5;exitDx=0;exitDy=0;entryX=0;entryY=0.5;entryDx=0;entryDy=0;edgeStyle=entityRelationEdgeStyle;" target="users_attr_barangay">
          <mxGeometry relative="1" as="geometry" />
        </mxCell>
-         <mxCell id="rel_6" edge="1" parent="1" source="barangays_attr_1" style="endArrow=ERzeroToMany;endFill=0;startArrow=ERmandOne;startFill=0;strokeWidth=1;strokeColor=#000000;dashed=1;exitX=0;exitY=0.5;exitDx=0;exitDy=0;entryX=1;entryY=0.5;entryDx=0;entryDy=0;edgeStyle=entityRelationEdgeStyle;" target="announcements_attr_barangay">
+         <mxCell id="rel_logical_templates" edge="1" parent="1" source="templates_attr_1" style="endArrow=ERzeroToMany;endFill=0;startArrow=ERmandOne;startFill=0;strokeWidth=1;strokeColor=#000000;dashed=1;exitX=1;exitY=0.5;exitDx=0;exitDy=0;entryX=0;entryY=0.5;entryDx=0;entryDy=0;edgeStyle=entityRelationEdgeStyle;" target="concerns_attr_title">
          <mxGeometry relative="1" as="geometry" />
        </mxCell>
      </root>
    </mxGraphModel>
  </diagram>
</mxfile>
